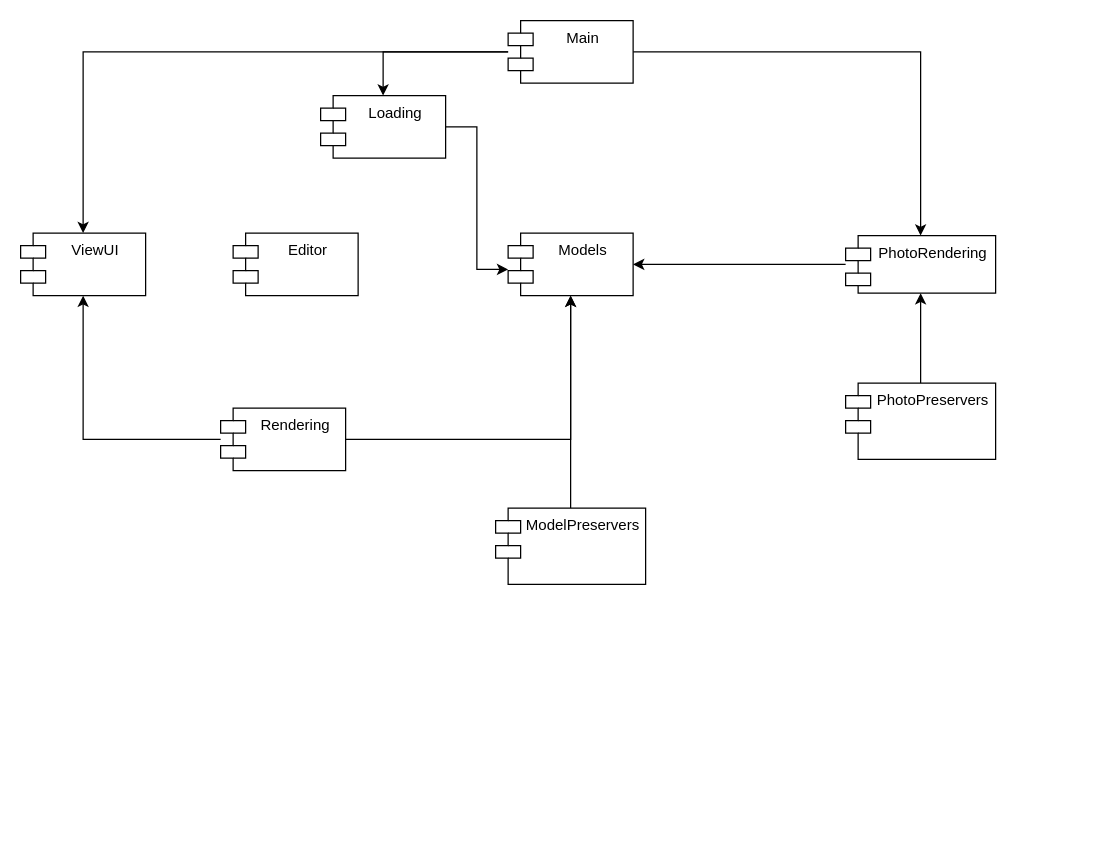
Above: module_2/Components.drawio in SheinEA/gb_architect (draw.io), before the change. Source tidied: cells renumbered, new cells numbered last; positions are measured from the earlier drawing's top-left corner, leaving out a move shared by most shapes. Both pictures are drawn from the tidied source at 125%, with x=0, y=0 at pixel (20, 20).
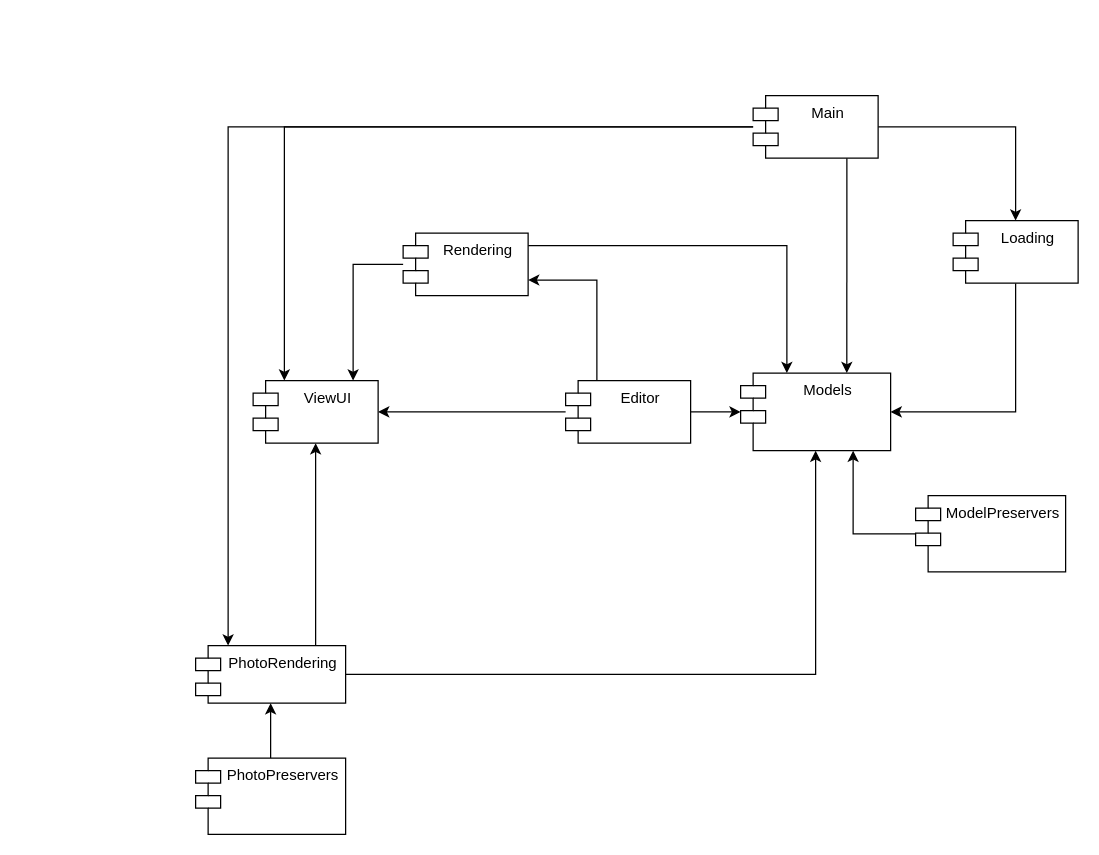
Above is the later version.

What changed in the source:
```diff
@@
-    <mxCell id="2" style="edgeStyle=orthogonalEdgeStyle;rounded=0;jettySize=auto;html=1;entryX=0;entryY=0.58;entryDx=0;entryDy=0;entryPerimeter=0;" parent="1" edge="1" source="3" target="4">
+    <mxCell id="2" style="edgeStyle=orthogonalEdgeStyle;rounded=0;jettySize=auto;html=1;entryX=1;entryY=0.5;entryDx=0;entryDy=0;exitX=0.5;exitY=1;exitDx=0;exitDy=0;" parent="1" edge="1" source="3" target="4">
       <mxGeometry relative="1" as="geometry" />
     </mxCell>
     <mxCell id="3" value="Loading" style="shape=module;align=left;spacingLeft=20;align=center;verticalAlign=top;" parent="1" vertex="1">
-      <mxGeometry x="240" y="60" width="100" height="50" as="geometry" />
+      <mxGeometry x="746" y="160" width="100" height="50" as="geometry" />
     </mxCell>
     <mxCell id="4" value="Models" style="shape=module;align=left;spacingLeft=20;align=center;verticalAlign=top;" parent="1" vertex="1">
-      <mxGeometry x="390" y="170" width="100" height="50" as="geometry" />
+      <mxGeometry x="576" y="282" width="120" height="62" as="geometry" />
     </mxCell>
     <mxCell id="5" style="edgeStyle=orthogonalEdgeStyle;rounded=0;jettySize=auto;html=1;" parent="1" edge="1" source="7" target="4">
-      <mxGeometry relative="1" as="geometry" />
+      <mxGeometry relative="1" as="geometry">
+        <Array as="points">
+          <mxPoint x="613" y="180" />
+        </Array>
+      </mxGeometry>
     </mxCell>
     <mxCell id="6" style="edgeStyle=orthogonalEdgeStyle;rounded=0;jettySize=auto;html=1;" parent="1" edge="1" source="7" target="11">
-      <mxGeometry relative="1" as="geometry" />
+      <mxGeometry relative="1" as="geometry">
+        <Array as="points">
+          <mxPoint x="266" y="195" />
+        </Array>
+      </mxGeometry>
     </mxCell>
     <mxCell id="7" value="Rendering" style="shape=module;align=left;spacingLeft=20;align=center;verticalAlign=top;" parent="1" vertex="1">
-      <mxGeometry x="160" y="310" width="100" height="50" as="geometry" />
+      <mxGeometry x="306" y="170" width="100" height="50" as="geometry" />
     </mxCell>
+    <mxCell id="20" style="edgeStyle=orthogonalEdgeStyle;rounded=0;jettySize=auto;html=1;" parent="1" edge="1" source="8" target="4">
+      <mxGeometry relative="1" as="geometry" />
+    </mxCell>
+    <mxCell id="21" style="edgeStyle=orthogonalEdgeStyle;rounded=0;jettySize=auto;html=1;" parent="1" edge="1" source="8" target="11">
+      <mxGeometry relative="1" as="geometry" />
+    </mxCell>
+    <mxCell id="22" style="edgeStyle=orthogonalEdgeStyle;rounded=0;jettySize=auto;html=1;entryX=1;entryY=0.75;entryDx=0;entryDy=0;exitX=0.25;exitY=0;exitDx=0;exitDy=0;" parent="1" edge="1" source="8" target="7">
+      <mxGeometry relative="1" as="geometry" />
+    </mxCell>
     <mxCell id="8" value="Editor" style="shape=module;align=left;spacingLeft=20;align=center;verticalAlign=top;" parent="1" vertex="1">
-      <mxGeometry x="170" y="170" width="100" height="50" as="geometry" />
+      <mxGeometry x="436" y="288" width="100" height="50" as="geometry" />
     </mxCell>
-    <mxCell id="9" style="edgeStyle=orthogonalEdgeStyle;rounded=0;jettySize=auto;html=1;" parent="1" edge="1" source="10" target="4">
+    <mxCell id="9" style="edgeStyle=orthogonalEdgeStyle;rounded=0;jettySize=auto;html=1;entryX=0.5;entryY=1;entryDx=0;entryDy=0;" parent="1" edge="1" source="10" target="4">
       <mxGeometry relative="1" as="geometry" />
     </mxCell>
+    <mxCell id="23" style="edgeStyle=orthogonalEdgeStyle;rounded=0;jettySize=auto;html=1;" parent="1" edge="1" source="10" target="11">
+      <mxGeometry relative="1" as="geometry">
+        <Array as="points">
+          <mxPoint x="236" y="460" />
+          <mxPoint x="236" y="460" />
+        </Array>
+      </mxGeometry>
+    </mxCell>
     <mxCell id="10" value="PhotoRendering" style="shape=module;align=left;spacingLeft=20;align=center;verticalAlign=top;" parent="1" vertex="1">
-      <mxGeometry x="660" y="172" width="120" height="46" as="geometry" />
+      <mxGeometry x="140" y="500" width="120" height="46" as="geometry" />
     </mxCell>
     <mxCell id="11" value="ViewUI" style="shape=module;align=left;spacingLeft=20;align=center;verticalAlign=top;" parent="1" vertex="1">
-      <mxGeometry y="170" width="100" height="50" as="geometry" />
+      <mxGeometry x="186" y="288" width="100" height="50" as="geometry" />
     </mxCell>
-    <mxCell id="12" style="edgeStyle=orthogonalEdgeStyle;rounded=0;jettySize=auto;html=1;" parent="1" edge="1" source="13" target="4">
+    <mxCell id="12" style="edgeStyle=orthogonalEdgeStyle;rounded=0;jettySize=auto;html=1;entryX=0.75;entryY=1;entryDx=0;entryDy=0;" parent="1" edge="1" source="13" target="4">
       <mxGeometry relative="1" as="geometry" />
     </mxCell>
     <mxCell id="13" value="ModelPreservers" style="shape=module;align=left;spacingLeft=20;align=center;verticalAlign=top;" parent="1" vertex="1">
-      <mxGeometry x="380" y="390" width="120" height="61" as="geometry" />
+      <mxGeometry x="716" y="380" width="120" height="61" as="geometry" />
     </mxCell>
@@
     <mxCell id="15" value="PhotoPreservers" style="shape=module;align=left;spacingLeft=20;align=center;verticalAlign=top;" parent="1" vertex="1">
-      <mxGeometry x="660" y="290" width="120" height="61" as="geometry" />
+      <mxGeometry x="140" y="590" width="120" height="61" as="geometry" />
     </mxCell>
@@
-    <mxCell id="17" style="edgeStyle=orthogonalEdgeStyle;rounded=0;jettySize=auto;html=1;" parent="1" edge="1" source="19" target="11">
+    <mxCell id="17" style="edgeStyle=orthogonalEdgeStyle;rounded=0;jettySize=auto;html=1;entryX=0.25;entryY=0;entryDx=0;entryDy=0;" parent="1" edge="1" source="19" target="11">
       <mxGeometry relative="1" as="geometry" />
     </mxCell>
     <mxCell id="18" style="edgeStyle=orthogonalEdgeStyle;rounded=0;jettySize=auto;html=1;" parent="1" edge="1" source="19" target="10">
-      <mxGeometry relative="1" as="geometry" />
+      <mxGeometry relative="1" as="geometry">
+        <Array as="points">
+          <mxPoint x="166" y="85" />
+        </Array>
+      </mxGeometry>
     </mxCell>
+    <mxCell id="24" style="edgeStyle=orthogonalEdgeStyle;rounded=0;jettySize=auto;html=1;entryX=0.708;entryY=0;entryDx=0;entryDy=0;exitX=0.75;exitY=1;exitDx=0;exitDy=0;entryPerimeter=0;" parent="1" edge="1" source="19" target="4">
+      <mxGeometry relative="1" as="geometry" />
+    </mxCell>
     <mxCell id="19" value="Main" style="shape=module;align=left;spacingLeft=20;align=center;verticalAlign=top;" parent="1" vertex="1">
-      <mxGeometry x="390" width="100" height="50" as="geometry" />
+      <mxGeometry x="586" y="60" width="100" height="50" as="geometry" />
     </mxCell>
```
